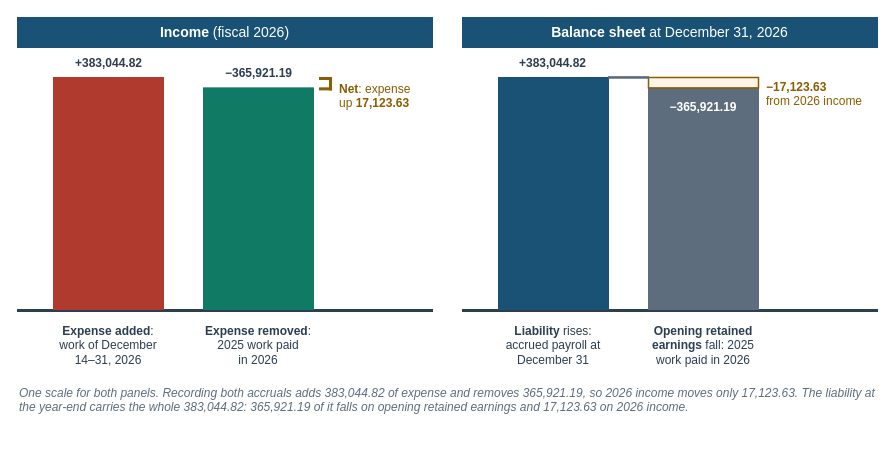
mmcodesso/Accounting_Analytics_Book keeps this draw.io diagram as facts/instructor/figures/case-part-3/IF-C3-5-A.drawio. Above is the earlier version. Source tidied: cells renumbered, new cells numbered last; positions are measured from the earlier drawing's top-left corner, leaving out a move shared by most shapes. Both pictures are drawn from the tidied source at 100%, with x=0, y=0 at pixel (17, 17).
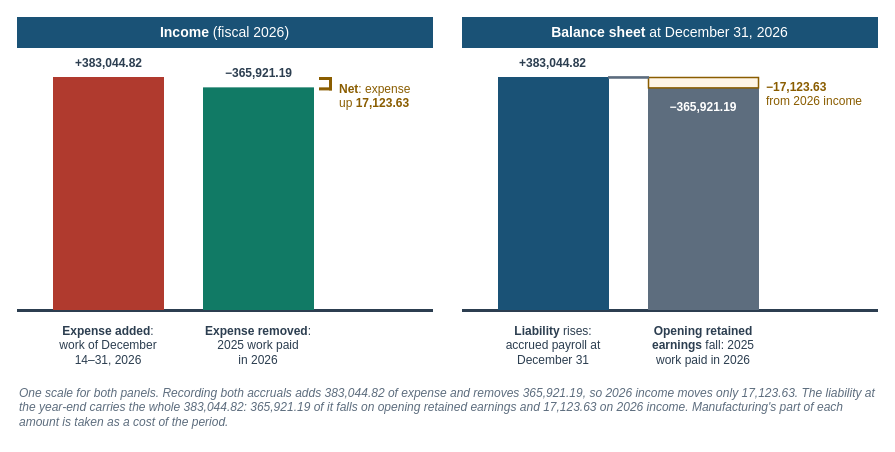
The same diagram, later.

The edit, as a diff of the source:
```diff
@@
     <mxCell id="2" style="rounded=0;html=1;fillColor=none;strokeColor=none;" parent="1" vertex="1">
-      <mxGeometry width="860" height="402" as="geometry" />
+      <mxGeometry width="860" height="417" as="geometry" />
     </mxCell>
@@
-    <mxCell id="26" value="&lt;i&gt;One scale for both panels. Recording both accruals adds 383,044.82 of expense and removes 365,921.19, so 2026 income moves only 17,123.63. The liability at the year-end carries the whole 383,044.82: 365,921.19 of it falls on opening retained earnings and 17,123.63 on 2026 income.&lt;/i&gt;" style="text;html=1;whiteSpace=wrap;align=left;verticalAlign=top;fontSize=12;fontColor=#5D6D7E;fontStyle=0;fontFamily=Helvetica;spacing=2;fillColor=none;strokeColor=none;" parent="1" vertex="1">
-      <mxGeometry y="362" width="860" height="38" as="geometry" />
+    <mxCell id="26" value="&lt;i&gt;One scale for both panels. Recording both accruals adds 383,044.82 of expense and removes 365,921.19, so 2026 income moves only 17,123.63. The liability at the year-end carries the whole 383,044.82: 365,921.19 of it falls on opening retained earnings and 17,123.63 on 2026 income. Manufacturing's part of each amount is taken as a cost of the period.&lt;/i&gt;" style="text;html=1;whiteSpace=wrap;align=left;verticalAlign=top;fontSize=12;fontColor=#5D6D7E;fontStyle=0;fontFamily=Helvetica;spacing=2;fillColor=none;strokeColor=none;" parent="1" vertex="1">
+      <mxGeometry y="362" width="860" height="53" as="geometry" />
     </mxCell>
```
